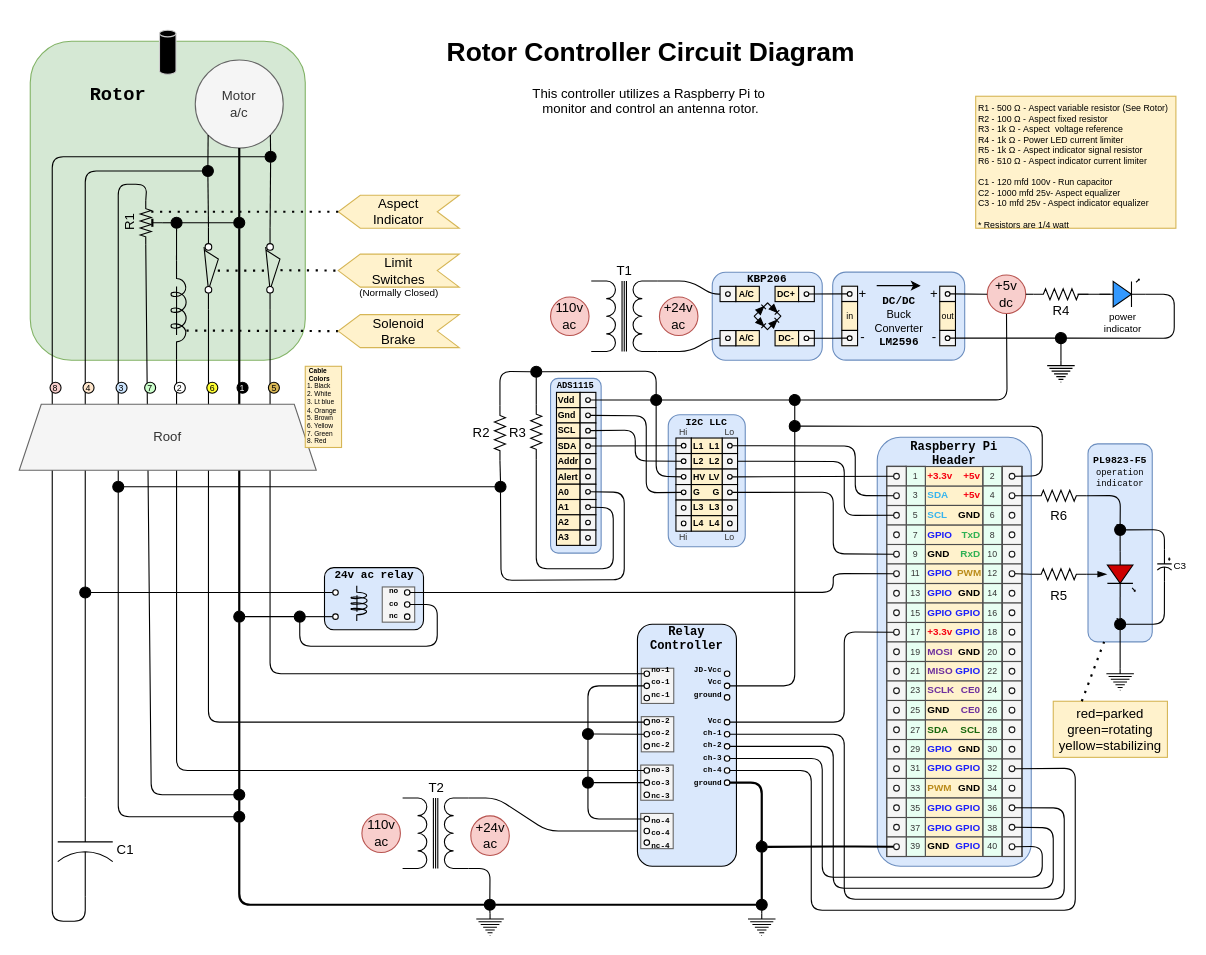
Earlier version of the draw.io diagram readme/rotor.drawio (wryan67/rotor). Source tidied: cells renumbered, new cells numbered last; positions are measured from the earlier drawing's top-left corner, leaving out a move shared by most shapes. Both pictures are drawn from the tidied source at 110%, with x=0, y=0 at pixel (19, 30).
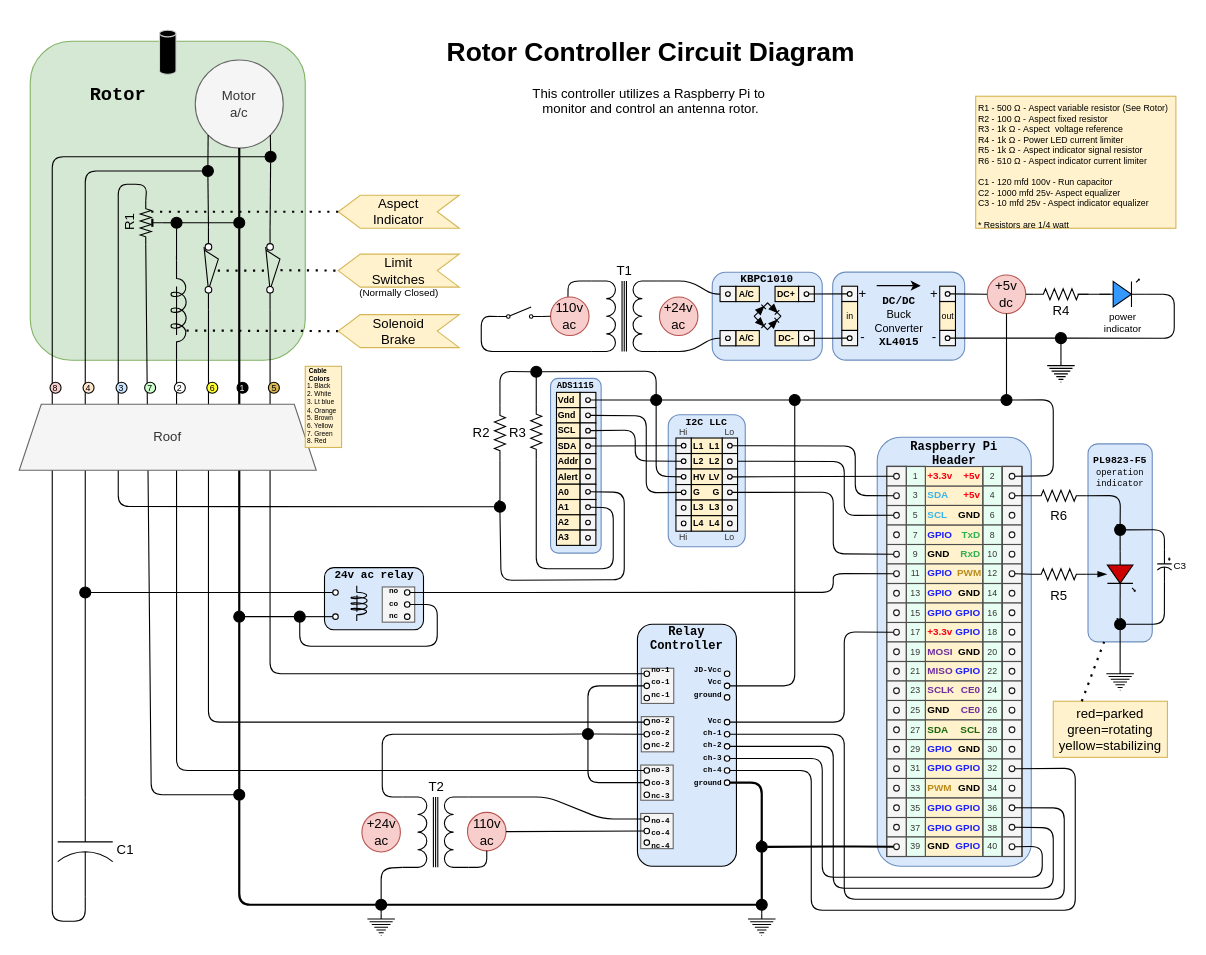
The same diagram, later.

Commit message (it also covers changes not shown here):
circuit_diagram

The change refers to these unchanged cells:
```xml
<mxCell id="12" style="group;verticalAlign=middle;horizontal=0;" parent="11" vertex="1">
  <mxGeometry width="120" height="80" as="geometry" />
</mxCell>
<mxCell id="76" style="verticalLabelPosition=bottom;shadow=0;dashed=0;align=center;html=1;verticalAlign=top;strokeWidth=1;shape=ellipse;" parent="68" vertex="1">
  <mxGeometry y="99" width="5" height="5" as="geometry" />
</mxCell>
<mxCell id="78" style="verticalLabelPosition=bottom;shadow=0;dashed=0;align=center;html=1;verticalAlign=top;strokeWidth=1;shape=ellipse;" parent="68" vertex="1">
  <mxGeometry y="132" width="5" height="5" as="geometry" />
</mxCell>
<mxCell id="79" style="verticalLabelPosition=bottom;shadow=0;dashed=0;align=center;html=1;verticalAlign=top;strokeWidth=1;shape=ellipse;" parent="68" vertex="1">
  <mxGeometry y="143" width="5" height="5" as="geometry" />
</mxCell>
<mxCell id="82" style="verticalLabelPosition=bottom;shadow=0;dashed=0;align=center;html=1;verticalAlign=top;strokeWidth=1;shape=ellipse;" parent="80" vertex="1">
  <mxGeometry y="11" width="5" height="5" as="geometry" />
</mxCell>
<mxCell id="93" style="ellipse;whiteSpace=wrap;html=1;fillColor=#000000;" parent="1" vertex="1">
  <mxGeometry x="512" y="634.8" width="10" height="10" as="geometry" />
</mxCell>
<mxCell id="295" style="verticalLabelPosition=bottom;shadow=0;dashed=0;align=right;html=1;verticalAlign=top;strokeWidth=1;shape=ellipse;fontSize=12;strokeColor=#1A1A1A;" parent="273" vertex="1">
  <mxGeometry x="6.1" y="6.2" width="5.2" height="5.3" as="geometry" />
</mxCell>
<mxCell id="321" value="R1" style="verticalLabelPosition=top;shadow=0;dashed=0;align=center;html=1;verticalAlign=bottom;shape=mxgraph.electrical.resistors.trimmer_pot_2;rotation=-90;labelPosition=center;" parent="1" vertex="1">
  <mxGeometry x="100" y="165" width="40" height="20" as="geometry" />
</mxCell>
<mxCell id="352" value="`" style="ellipse;whiteSpace=wrap;html=1;fillColor=#000000;" parent="1" vertex="1">
  <mxGeometry x="195" y="690" width="10" height="10" as="geometry" />
</mxCell>
<mxCell id="356" value="110v&lt;br&gt;ac" style="ellipse;whiteSpace=wrap;html=1;fillColor=#f8cecc;strokeColor=#b85450;" parent="1" vertex="1">
  <mxGeometry x="483" y="242.5" width="35" height="35" as="geometry" />
</mxCell>
<mxCell id="359" value="+5v&lt;br&gt;dc" style="ellipse;whiteSpace=wrap;html=1;fillColor=#f8cecc;strokeColor=#b85450;" parent="1" vertex="1">
  <mxGeometry x="880" y="222.5" width="35" height="35" as="geometry" />
</mxCell>
<mxCell id="441" value="`" style="ellipse;whiteSpace=wrap;html=1;fillColor=#000000;" parent="1" vertex="1">
  <mxGeometry x="700" y="331.2" width="10" height="10" as="geometry" />
</mxCell>
<mxCell id="552" value="T1" style="verticalLabelPosition=middle;shadow=0;dashed=0;align=center;html=1;verticalAlign=bottom;shape=mxgraph.electrical.inductors.transformer_1;rotation=90;horizontal=0;labelPosition=left;" parent="1" vertex="1">
  <mxGeometry x="518" y="230" width="64" height="60" as="geometry" />
</mxCell>
```

Diff of the diagram source:
```diff
@@
-    <mxCell id="13" value="DC/DC&lt;br style=&quot;font-size: 10px&quot;&gt;&lt;span style=&quot;font-weight: normal&quot;&gt;&lt;font face=&quot;Helvetica&quot;&gt;Buck&lt;br style=&quot;font-size: 10px&quot;&gt;Converter&lt;/font&gt;&lt;/span&gt;&lt;br&gt;LM2596" style="rounded=1;whiteSpace=wrap;html=1;shadow=0;dashed=0;labelBackgroundColor=none;fontFamily=Courier New;fontSize=10;align=center;strokeColor=#6c8ebf;fillColor=#dae8fc;fontStyle=1;horizontal=1;verticalAlign=middle;spacingTop=11;" parent="12" vertex="1">
+    <mxCell id="13" value="DC/DC&lt;br style=&quot;font-size: 10px&quot;&gt;&lt;span style=&quot;font-weight: normal&quot;&gt;&lt;font face=&quot;Helvetica&quot;&gt;Buck&lt;br style=&quot;font-size: 10px&quot;&gt;Converter&lt;/font&gt;&lt;/span&gt;&lt;br&gt;XL4015" style="rounded=1;whiteSpace=wrap;html=1;shadow=0;dashed=0;labelBackgroundColor=none;fontFamily=Courier New;fontSize=10;align=center;strokeColor=#6c8ebf;fillColor=#dae8fc;fontStyle=1;horizontal=1;verticalAlign=middle;spacingTop=11;" parent="12" vertex="1">
       <mxGeometry width="120" height="80" as="geometry" />
     </mxCell>
@@
-    <mxCell id="41" value="&lt;blockquote style=&quot;margin: 0px 0px 0px 40px ; border: none ; padding: 0px ; font-size: 10px&quot;&gt;&lt;/blockquote&gt;&lt;span style=&quot;font-size: 10px&quot;&gt;&lt;div style=&quot;font-size: 10px&quot;&gt;KBP206&lt;/div&gt;&lt;/span&gt;" style="rounded=1;whiteSpace=wrap;html=1;shadow=0;dashed=0;labelBackgroundColor=none;fontFamily=Courier New;fontSize=10;align=center;strokeColor=#6c8ebf;fillColor=#dae8fc;fontStyle=1;verticalAlign=top;spacingTop=-6;" parent="1" vertex="1">
+    <mxCell id="41" value="&lt;blockquote style=&quot;margin: 0px 0px 0px 40px ; border: none ; padding: 0px ; font-size: 10px&quot;&gt;&lt;/blockquote&gt;&lt;span style=&quot;font-size: 10px&quot;&gt;&lt;div style=&quot;font-size: 10px&quot;&gt;KBPC1010&lt;/div&gt;&lt;/span&gt;" style="rounded=1;whiteSpace=wrap;html=1;shadow=0;dashed=0;labelBackgroundColor=none;fontFamily=Courier New;fontSize=10;align=center;strokeColor=#6c8ebf;fillColor=#dae8fc;fontStyle=1;verticalAlign=top;spacingTop=-6;" parent="1" vertex="1">
       <mxGeometry x="630" y="220" width="100" height="80" as="geometry" />
     </mxCell>
@@
     <mxCell id="46" style="ellipse;whiteSpace=wrap;html=1;fillColor=#000000;" parent="1" vertex="1">
-      <mxGeometry x="422.8" y="790" width="10" height="10" as="geometry" />
+      <mxGeometry x="324" y="790" width="10" height="10" as="geometry" />
     </mxCell>
-    <mxCell id="47" style="endArrow=none;html=1;exitX=0;exitY=0;exitDx=0;exitDy=0;entryX=0;entryY=0.5;entryDx=0;entryDy=0;exitPerimeter=0;" parent="1" edge="1" source="548" target="79">
-      <mxGeometry relative="1" as="geometry">
-        <Array as="points">
-          <mxPoint x="434" y="698" />
-          <mxPoint x="480" y="728" />
-        </Array>
-      </mxGeometry>
-    </mxCell>
-    <mxCell id="48" style="endArrow=none;html=1;exitX=0.5;exitY=0;exitDx=0;exitDy=0;entryX=1;entryY=0;entryDx=0;entryDy=0;entryPerimeter=0;" parent="1" edge="1" source="46" target="548">
+    <mxCell id="48" style="endArrow=none;html=1;exitX=0.5;exitY=0;exitDx=0;exitDy=0;entryX=1;entryY=1;entryDx=0;entryDy=0;entryPerimeter=0;" parent="1" edge="1" source="46" target="548">
       <mxGeometry relative="1" as="geometry">
         <Array as="points">
-          <mxPoint x="428" y="762" />
+          <mxPoint x="329" y="762" />
         </Array>
       </mxGeometry>
     </mxCell>
@@
     <mxCell id="57" style="verticalLabelPosition=bottom;shadow=0;dashed=0;align=center;html=1;verticalAlign=top;shape=mxgraph.electrical.signal_sources.protective_earth;fontColor=#FFFF00;" parent="1" vertex="1">
-      <mxGeometry x="415.5" y="803" width="25" height="20" as="geometry" />
+      <mxGeometry x="316.5" y="803" width="25" height="20" as="geometry" />
     </mxCell>
@@
-    <mxCell id="90" style="endArrow=none;html=1;labelBackgroundColor=none;fillColor=#ffffff;gradientColor=#990000;fontColor=#000000;exitX=1;exitY=0.5;exitDx=0;exitDy=0;entryX=0.5;entryY=1;entryDx=0;entryDy=0;" parent="1" edge="1" source="82" target="502">
+    <mxCell id="90" style="endArrow=none;html=1;labelBackgroundColor=none;fillColor=#ffffff;gradientColor=#990000;fontColor=#000000;exitX=1;exitY=0.5;exitDx=0;exitDy=0;entryX=0.5;entryY=1;entryDx=0;entryDy=0;" parent="1" edge="1" source="82" target="441">
       <mxGeometry relative="1" as="geometry">
         <Array as="points">
           <mxPoint x="705" y="596" />
         </Array>
       </mxGeometry>
     </mxCell>
@@
-    <mxCell id="94" style="ellipse;whiteSpace=wrap;html=1;fillColor=#000000;" parent="1" vertex="1">
-      <mxGeometry x="512" y="679" width="10" height="10" as="geometry" />
-    </mxCell>
@@
-    <mxCell id="97" style="endArrow=none;html=1;labelBackgroundColor=none;fillColor=#ffffff;gradientColor=#990000;fontColor=#000000;entryX=0;entryY=0.5;entryDx=0;entryDy=0;exitX=1;exitY=0.5;exitDx=0;exitDy=0;" parent="1" edge="1" source="94" target="76">
-      <mxGeometry relative="1" as="geometry" />
-    </mxCell>
-    <mxCell id="98" style="endArrow=none;html=1;labelBackgroundColor=none;fillColor=#ffffff;gradientColor=#990000;fontColor=#000000;entryX=0.5;entryY=1;entryDx=0;entryDy=0;exitX=0;exitY=0.5;exitDx=0;exitDy=0;" parent="1" edge="1" source="78" target="94">
-      <mxGeometry relative="1" as="geometry">
-        <Array as="points">
-          <mxPoint x="517" y="717" />
-        </Array>
-      </mxGeometry>
-    </mxCell>
-    <mxCell id="99" style="endArrow=none;html=1;labelBackgroundColor=none;fillColor=#ffffff;gradientColor=#990000;fontColor=#000000;entryX=0.5;entryY=1;entryDx=0;entryDy=0;" parent="1" edge="1" target="93">
+    <mxCell id="99" style="endArrow=none;html=1;labelBackgroundColor=none;fillColor=#ffffff;gradientColor=#990000;fontColor=#000000;entryX=0.5;entryY=1;entryDx=0;entryDy=0;exitX=0;exitY=0.5;exitDx=0;exitDy=0;" parent="1" edge="1" source="76" target="93">
       <mxGeometry relative="1" as="geometry">
-        <mxPoint x="517" y="680" as="sourcePoint" />
+        <Array as="points">
+          <mxPoint x="517" y="684" />
+        </Array>
       </mxGeometry>
     </mxCell>
@@
-    <mxCell id="320" style="endArrow=none;html=1;labelBackgroundColor=none;strokeWidth=1;fillColor=#ffffff;gradientColor=#990000;fontSize=9;fontColor=#000000;entryX=0.5;entryY=1;entryDx=0;entryDy=0;exitX=1;exitY=0.5;exitDx=0;exitDy=0;" parent="1" edge="1" source="441" target="359">
-      <mxGeometry relative="1" as="geometry">
-        <Array as="points">
-          <mxPoint x="898" y="336" />
-        </Array>
-      </mxGeometry>
-    </mxCell>
@@
-    <mxCell id="327" style="endArrow=none;html=1;fontSize=8;exitX=1;exitY=0.25;exitDx=0;exitDy=0;exitPerimeter=0;entryX=0.5;entryY=0;entryDx=0;entryDy=0;" parent="1" edge="1" source="321" target="341">
+    <mxCell id="327" style="endArrow=none;html=1;fontSize=8;exitX=1;exitY=0.25;exitDx=0;exitDy=0;exitPerimeter=0;entryX=0;entryY=0.5;entryDx=0;entryDy=0;" parent="1" edge="1" source="321" target="345">
       <mxGeometry relative="1" as="geometry">
         <Array as="points">
           <mxPoint x="116" y="140" />
           <mxPoint x="90" y="140" />
+          <mxPoint x="90" y="433" />
         </Array>
       </mxGeometry>
     </mxCell>
@@
-    <mxCell id="341" style="ellipse;whiteSpace=wrap;html=1;fillColor=#000000;" parent="1" vertex="1">
-      <mxGeometry x="85" y="410" width="10" height="10" as="geometry" />
-    </mxCell>
@@
-    <mxCell id="343" style="endArrow=none;html=1;fontSize=12;entryX=0.5;entryY=1;entryDx=0;entryDy=0;exitX=0;exitY=0.5;exitDx=0;exitDy=0;" parent="1" edge="1" source="350" target="341">
-      <mxGeometry relative="1" as="geometry">
-        <Array as="points">
-          <mxPoint x="90" y="715" />
-        </Array>
-      </mxGeometry>
-    </mxCell>
@@
     <mxCell id="345" value="`" style="ellipse;whiteSpace=wrap;html=1;fillColor=#000000;" parent="1" vertex="1">
-      <mxGeometry x="432.5" y="410" width="10" height="10" as="geometry" />
+      <mxGeometry x="432" y="428.2" width="10" height="10" as="geometry" />
     </mxCell>
-    <mxCell id="346" style="endArrow=none;html=1;fontSize=12;exitX=1;exitY=0.5;exitDx=0;exitDy=0;entryX=0;entryY=0.5;entryDx=0;entryDy=0;" parent="1" edge="1" source="341" target="345">
-      <mxGeometry relative="1" as="geometry" />
-    </mxCell>
@@
-    <mxCell id="350" value="`" style="ellipse;whiteSpace=wrap;html=1;fillColor=#000000;" parent="1" vertex="1">
-      <mxGeometry x="195" y="710" width="10" height="10" as="geometry" />
-    </mxCell>
-    <mxCell id="351" style="endArrow=none;html=1;labelBackgroundColor=none;strokeWidth=2;fillColor=#ffffff;gradientColor=#990000;fontSize=9;fontColor=#000000;exitX=0.5;exitY=1;exitDx=0;exitDy=0;entryX=0;entryY=0.5;entryDx=0;entryDy=0;" parent="1" edge="1" source="350" target="46">
+    <mxCell id="351" style="endArrow=none;html=1;labelBackgroundColor=none;strokeWidth=2;fillColor=#ffffff;gradientColor=#990000;fontSize=9;fontColor=#000000;exitX=0.5;exitY=1;exitDx=0;exitDy=0;entryX=0;entryY=0.5;entryDx=0;entryDy=0;" parent="1" edge="1" source="352" target="46">
       <mxGeometry relative="1" as="geometry">
         <Array as="points">
           <mxPoint x="200" y="795" />
         </Array>
       </mxGeometry>
     </mxCell>
@@
-    <mxCell id="353" style="endArrow=none;html=1;strokeWidth=2;fontSize=9;entryX=0.5;entryY=1;entryDx=0;entryDy=0;exitX=0.5;exitY=0;exitDx=0;exitDy=0;" parent="1" edge="1" source="350" target="352">
-      <mxGeometry relative="1" as="geometry" />
-    </mxCell>
-    <mxCell id="354" style="endArrow=none;html=1;strokeWidth=1;fontSize=9;entryX=1;entryY=0.5;entryDx=0;entryDy=0;exitX=1;exitY=0.5;exitDx=0;exitDy=0;" parent="1" edge="1" source="502" target="295">
-      <mxGeometry relative="1" as="geometry">
-        <Array as="points">
-          <mxPoint x="780" y="360" />
-          <mxPoint x="930" y="360" />
-          <mxPoint x="930" y="405" />
-        </Array>
-      </mxGeometry>
-    </mxCell>
@@
-    <mxCell id="422" style="endArrow=none;html=1;entryX=0.5;entryY=1;entryDx=0;entryDy=0;exitX=0.5;exitY=0;exitDx=0;exitDy=0;" parent="1" edge="1" source="502" target="441">
-      <mxGeometry relative="1" as="geometry" />
-    </mxCell>
@@
-    <mxCell id="502" value="`" style="ellipse;whiteSpace=wrap;html=1;fillColor=#000000;" parent="1" vertex="1">
-      <mxGeometry x="700" y="354.9" width="10" height="10" as="geometry" />
-    </mxCell>
@@
     <mxCell id="537" value="+24v&lt;br&gt;ac" style="ellipse;whiteSpace=wrap;html=1;fillColor=#f8cecc;strokeColor=#b85450;" parent="1" vertex="1">
-      <mxGeometry x="410.5" y="714.2" width="35" height="36" as="geometry" />
+      <mxGeometry x="311.5" y="711" width="35" height="36" as="geometry" />
     </mxCell>
@@
     <mxCell id="548" value="T2" style="verticalLabelPosition=middle;shadow=0;dashed=0;align=center;html=1;verticalAlign=bottom;shape=mxgraph.electrical.inductors.transformer_1;rotation=90;horizontal=0;labelPosition=left;" parent="1" vertex="1">
-      <mxGeometry x="346.5" y="700" width="64" height="60" as="geometry" />
+      <mxGeometry x="346.5" y="699" width="64" height="60" as="geometry" />
     </mxCell>
     <mxCell id="549" value="110v&lt;br&gt;ac" style="ellipse;whiteSpace=wrap;html=1;fillColor=#f8cecc;strokeColor=#b85450;" parent="1" vertex="1">
-      <mxGeometry x="311.5" y="712.5" width="35" height="35" as="geometry" />
+      <mxGeometry x="407.5" y="711" width="35" height="35" as="geometry" />
     </mxCell>
@@
+    <mxCell id="555" style="endArrow=none;html=1;labelBackgroundColor=none;fillColor=#ffffff;gradientColor=#990000;fontColor=#000000;entryX=0;entryY=1;entryDx=0;entryDy=0;exitX=0;exitY=0.5;exitDx=0;exitDy=0;entryPerimeter=0;" parent="1" edge="1" source="93" target="548">
+      <mxGeometry relative="1" as="geometry">
+        <Array as="points">
+          <mxPoint x="470" y="640" />
+          <mxPoint x="330" y="640" />
+          <mxPoint x="330" y="697" />
+        </Array>
+      </mxGeometry>
+    </mxCell>
+    <mxCell id="556" style="endArrow=none;html=1;labelBackgroundColor=none;fillColor=#ffffff;gradientColor=#990000;fontColor=#000000;entryX=0;entryY=0.5;entryDx=0;entryDy=0;exitX=1;exitY=0.5;exitDx=0;exitDy=0;" parent="1" edge="1" source="549" target="79">
+      <mxGeometry relative="1" as="geometry" />
+    </mxCell>
+    <mxCell id="557" style="endArrow=none;html=1;labelBackgroundColor=none;fillColor=#ffffff;gradientColor=#990000;fontColor=#000000;entryX=0.5;entryY=1;entryDx=0;entryDy=0;exitX=1;exitY=0;exitDx=0;exitDy=0;exitPerimeter=0;" parent="1" edge="1" source="548" target="549">
+      <mxGeometry relative="1" as="geometry">
+        <Array as="points">
+          <mxPoint x="425" y="761" />
+        </Array>
+      </mxGeometry>
+    </mxCell>
+    <mxCell id="558" style="endArrow=none;html=1;exitX=0;exitY=0;exitDx=0;exitDy=0;exitPerimeter=0;entryX=0;entryY=0.5;entryDx=0;entryDy=0;" parent="1" edge="1" source="548" target="78">
+      <mxGeometry relative="1" as="geometry">
+        <Array as="points">
+          <mxPoint x="480" y="697" />
+          <mxPoint x="530" y="717" />
+        </Array>
+      </mxGeometry>
+    </mxCell>
+    <mxCell id="559" style="endArrow=none;html=1;entryX=0;entryY=1;entryDx=0;entryDy=0;entryPerimeter=0;exitX=0.452;exitY=-0.005;exitDx=0;exitDy=0;exitPerimeter=0;" parent="1" edge="1" source="356" target="552">
+      <mxGeometry relative="1" as="geometry">
+        <Array as="points">
+          <mxPoint x="499" y="228" />
+        </Array>
+      </mxGeometry>
+    </mxCell>
+    <mxCell id="560" style="endArrow=none;html=1;entryX=1;entryY=1;entryDx=0;entryDy=0;entryPerimeter=0;exitX=0;exitY=0.84;exitDx=0;exitDy=0;exitPerimeter=0;" parent="1" edge="1" source="561" target="552">
+      <mxGeometry relative="1" as="geometry">
+        <Array as="points">
+          <mxPoint x="420" y="260" />
+          <mxPoint x="420" y="292" />
+        </Array>
+      </mxGeometry>
+    </mxCell>
+    <mxCell id="561" style="verticalLabelPosition=bottom;shadow=0;dashed=0;align=center;html=1;verticalAlign=top;shape=mxgraph.electrical.electro-mechanical.simple_switch;" parent="1" vertex="1">
+      <mxGeometry x="435" y="251.6" width="40" height="10.2" as="geometry" />
+    </mxCell>
+    <mxCell id="562" style="endArrow=none;html=1;entryX=0;entryY=0.5;entryDx=0;entryDy=0;exitX=1;exitY=0.84;exitDx=0;exitDy=0;exitPerimeter=0;" parent="1" edge="1" source="561" target="356">
+      <mxGeometry relative="1" as="geometry" />
+    </mxCell>
+    <mxCell id="563" value="`" style="ellipse;whiteSpace=wrap;html=1;fillColor=#000000;" parent="1" vertex="1">
+      <mxGeometry x="892.5" y="331.2" width="10" height="10" as="geometry" />
+    </mxCell>
+    <mxCell id="564" style="endArrow=none;html=1;labelBackgroundColor=none;strokeWidth=1;fillColor=#ffffff;gradientColor=#990000;fontSize=9;fontColor=#000000;entryX=0;entryY=0.5;entryDx=0;entryDy=0;exitX=1;exitY=0.5;exitDx=0;exitDy=0;" parent="1" edge="1" source="441" target="563">
+      <mxGeometry relative="1" as="geometry" />
+    </mxCell>
+    <mxCell id="565" style="endArrow=none;html=1;entryX=0.5;entryY=1;entryDx=0;entryDy=0;exitX=0.5;exitY=0;exitDx=0;exitDy=0;" parent="1" edge="1" source="563" target="359">
+      <mxGeometry relative="1" as="geometry" />
+    </mxCell>
+    <mxCell id="566" style="endArrow=none;html=1;entryX=1;entryY=0.5;entryDx=0;entryDy=0;exitX=1;exitY=0.5;exitDx=0;exitDy=0;" parent="1" edge="1" source="295" target="563">
+      <mxGeometry relative="1" as="geometry">
+        <Array as="points">
+          <mxPoint x="940" y="405" />
+          <mxPoint x="940" y="336" />
+        </Array>
+      </mxGeometry>
+    </mxCell>
```
